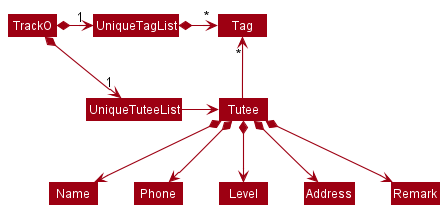
The PlantUML diagram docs/images/BetterModelClassDiagram.png in ykwei7/Track-O, before a commit.
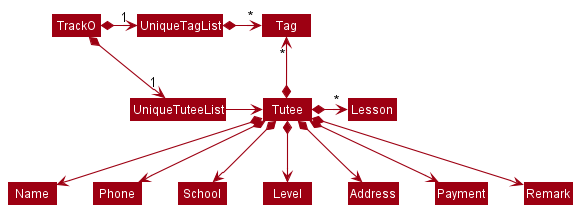
After the commit.

Diff of the diagram source:
```diff
@@ -12,11 +12,14 @@
 UniqueTagList *-right-> "*" Tag
 UniqueTuteeList -right-> Tutee
 
-Tutee -up-> "*" Tag
+Tutee *-up-> "*" Tag
 
 Tutee *--> Name
 Tutee *--> Phone
+Tutee *--> School
 Tutee *--> Level
 Tutee *--> Address
+Tutee *--> Payment
 Tutee *--> Remark
+Tutee *-right-> "*" Lesson
 @enduml
```
